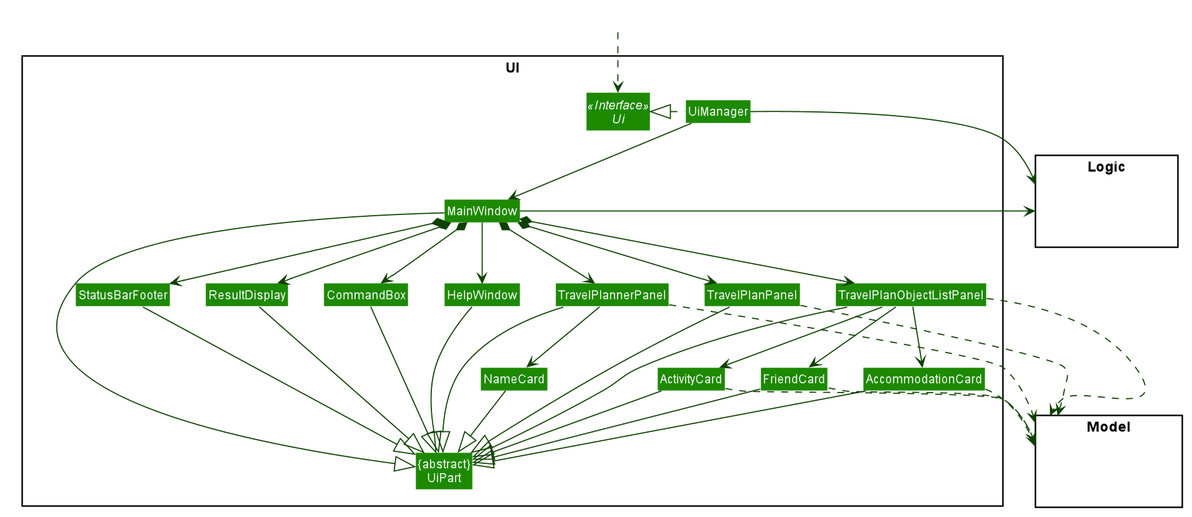
Earlier version of the PlantUML export docs/images/UiClassDiagram.png (underthehai/tp). Source of this version:
```plantuml
@startuml








skinparam BackgroundColor #FFFFFFF

skinparam Shadowing false

skinparam Class {
    FontColor #FFFFFF
    BorderThickness 1
    BorderColor #FFFFFF
    StereotypeFontColor #FFFFFF
    FontName Arial
}

skinparam Actor {
    BorderColor #000000
    Color #000000
    FontName Arial
}

skinparam Sequence {
    MessageAlign center
    BoxFontSize 15
    BoxPadding 0
    BoxFontColor #FFFFFF
    FontName Arial
}

skinparam Participant {
    FontColor #FFFFFFF
    Padding 20
}

skinparam MinClassWidth 50
skinparam ParticipantPadding 10
skinparam Shadowing false
skinparam DefaultTextAlignment center
skinparam packageStyle Rectangle

hide footbox
hide members
hide circle
skinparam arrowThickness 1.1
skinparam arrowColor #0E4100
skinparam classBackgroundColor #1D8900

package UI <<Rectangle>>{
Interface Ui <<Interface>>
Class "{abstract}\nUiPart" as UiPart
Class UiManager
Class MainWindow
Class HelpWindow
Class ResultDisplay
Class StatusBarFooter
Class CommandBox
Class TravelPlanPanel
Class TravelPlanObjectListPanel
Class TravelPlannerPanel
Class NameCard
Class FriendCard
Class ActivityCard
Class AccommodationCard
}

package Model <<Rectangle>> {
Class HiddenModel #FFFFFF
}

package Logic <<Rectangle>> {
Class HiddenLogic #FFFFFF
}

Class HiddenOutside #FFFFFF
HiddenOutside ..> Ui

UiManager .left.|> Ui
UiManager -down-> MainWindow
MainWindow --> HelpWindow
MainWindow *-down-> CommandBox
MainWindow *-down-> ResultDisplay
MainWindow *-down-> StatusBarFooter
MainWindow *-down-> TravelPlannerPanel
MainWindow *-down-> TravelPlanObjectListPanel
MainWindow *-down-> TravelPlanPanel

TravelPlannerPanel -down-> NameCard
TravelPlanObjectListPanel -down-> AccommodationCard
TravelPlanObjectListPanel -down-> ActivityCard
TravelPlanObjectListPanel -down-> FriendCard

MainWindow -left-|> UiPart

ResultDisplay --|> UiPart
CommandBox --|> UiPart
TravelPlannerPanel --|> UiPart
TravelPlanPanel --|> UiPart
TravelPlanObjectListPanel --|> UiPart
AccommodationCard --|> UiPart
ActivityCard --|> UiPart
FriendCard --|> UiPart
NameCard --|> UiPart
StatusBarFooter --|> UiPart
HelpWindow -down-|> UiPart

TravelPlannerPanel ..> Model
TravelPlanPanel ..> Model
TravelPlanObjectListPanel ..> Model
AccommodationCard ..> Model
ActivityCard ..> Model
FriendCard ..> Model
UiManager -right-> Logic
MainWindow -left-> Logic

AccommodationCard -[hidden]left- FriendCard
ActivityCard -[hidden]left- AccommodationCard
NameCard -[hidden]left- ActivityCard
TravelPlanObjectListPanel -[hidden]left- TravelPlanPanel
TravelPlanPanel -[hidden]left- TravelPlannerPanel
TravelPlannerPanel -[hidden]left- HelpWindow
HelpWindow -[hidden]left- CommandBox
CommandBox -[hidden]left- ResultDisplay
ResultDisplay -[hidden]left- StatusBarFooter

MainWindow -[hidden]-|> UiPart
@enduml
```
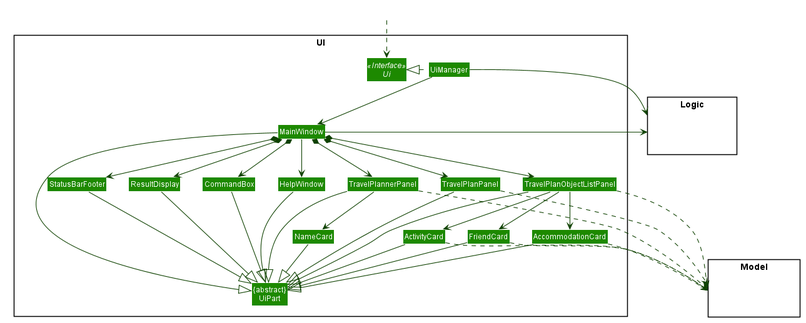
After the commit.

The edit, as a diff of the source:
```diff
@@ -112,6 +112,7 @@
 TravelPlannerPanel ..> Model
 TravelPlanPanel ..> Model
 TravelPlanObjectListPanel ..> Model
+TravelPlanObjectListPanel .[hidden].> Model
 AccommodationCard ..> Model
 ActivityCard ..> Model
 FriendCard ..> Model
```
